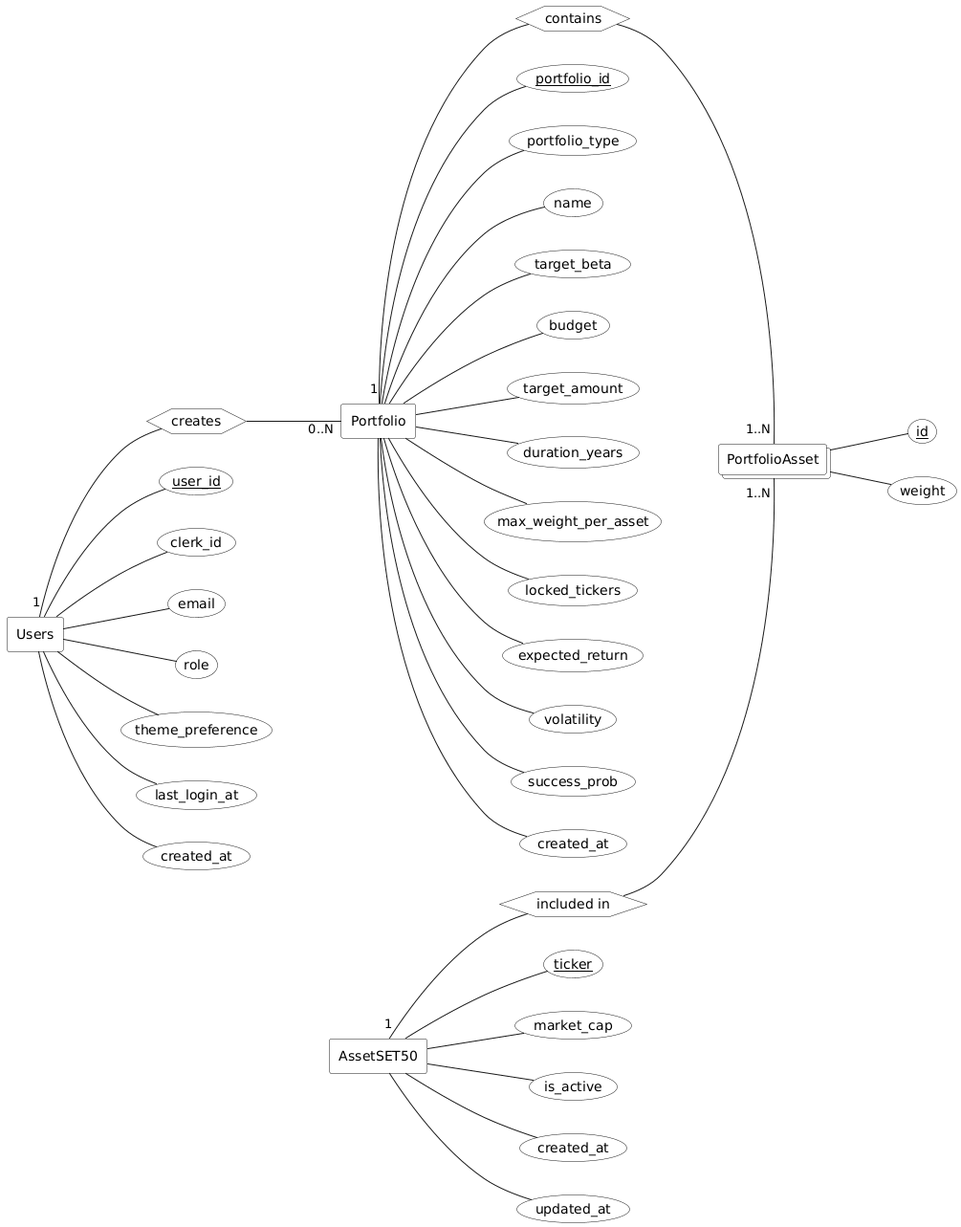
This is docs/diagrams/er/chen_compatible.png from Anatta-at/my-portfolio-app, a PlantUML export, as it was before one commit. The source it was exported from:
```plantuml
@startuml
skinparam monochrome true
skinparam shadowing false
skinparam packageStyle rectangle

left to right direction

<style>
hexagon {
    BackgroundColor white
    .Identifying {
        LineThickness 2
    }
}
rectangle {
    BackgroundColor white
    .Weak {
        LineThickness 2
    }
}
collections {
    BackgroundColor white
}
usecase {
    BackgroundColor white
}
</style>

rectangle "Users" as Users
rectangle "Portfolio" as Portfolio
rectangle "AssetSET50" as AssetSET50
collections "PortfolioAsset" as PortfolioAsset

hexagon "creates" as creates
hexagon "contains" as contains
hexagon "included in" as included_in

usecase "<u>user_id</u>" as user_id
usecase "clerk_id" as clerk_id
usecase "email" as email
usecase "role" as role
usecase "theme_preference" as theme_preference
usecase "last_login_at" as last_login_at
usecase "created_at" as created_at

Users -- user_id
Users -- clerk_id
Users -- email
Users -- role
Users -- theme_preference
Users -- last_login_at
Users -- created_at

usecase "<u>portfolio_id</u>" as portfolio_id
usecase "portfolio_type" as portfolio_type
usecase "name" as name
usecase "target_beta" as target_beta
usecase "budget" as budget
usecase "target_amount" as target_amount
usecase "duration_years" as duration_years
usecase "max_weight_per_asset" as max_weight
usecase "locked_tickers" as locked_tickers
usecase "expected_return" as expected_return
usecase "volatility" as volatility
usecase "success_prob" as success_prob
usecase "created_at" as p_created_at

Portfolio -- portfolio_id
Portfolio -- portfolio_type
Portfolio -- name
Portfolio -- target_beta
Portfolio -- budget
Portfolio -- target_amount
Portfolio -- duration_years
Portfolio -- max_weight
Portfolio -- locked_tickers
Portfolio -- expected_return
Portfolio -- volatility
Portfolio -- success_prob
Portfolio -- p_created_at

usecase "<u>ticker</u>" as ticker
usecase "market_cap" as market_cap
usecase "is_active" as is_active
usecase "created_at" as a_created_at
usecase "updated_at" as a_updated_at

AssetSET50 -- ticker
AssetSET50 -- market_cap
AssetSET50 -- is_active
AssetSET50 -- a_created_at
AssetSET50 -- a_updated_at

usecase "<u>id</u>" as pa_id
usecase "weight" as weight

PortfolioAsset -- pa_id
PortfolioAsset -- weight

Users "1" -- creates
creates -- "0..N" Portfolio

Portfolio "1" -- contains
contains -- "1..N" PortfolioAsset

AssetSET50 "1" -- included_in
included_in -- "1..N" PortfolioAsset

@enduml
```
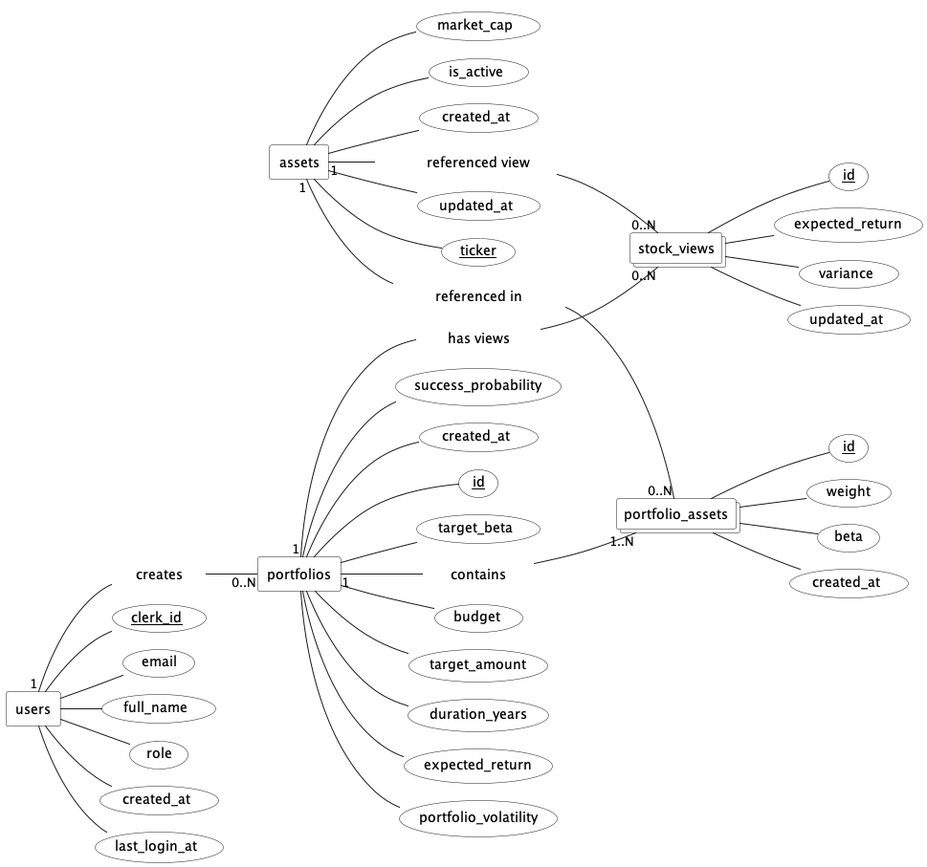
The same file after the commit.

Commit message:
docs: Update Class Diagram and ER Diagrams (Crow's Foot, Chen's Notation) to match latest Data Dictionary

What changed in the source:
```diff
@@ -1,4 +1,5 @@
 @startuml
+!pragma layout smetana
 skinparam monochrome true
 skinparam shadowing false
 skinparam packageStyle rectangle
@@ -26,76 +27,83 @@
 }
 </style>
 
-rectangle "Users" as Users
-rectangle "Portfolio" as Portfolio
-rectangle "AssetSET50" as AssetSET50
-collections "PortfolioAsset" as PortfolioAsset
+rectangle "users" as Users
+rectangle "portfolios" as Portfolio
+rectangle "assets" as Assets
+collections "portfolio_assets" as PortfolioAsset
+collections "stock_views" as StockViews
 
 hexagon "creates" as creates
 hexagon "contains" as contains
-hexagon "included in" as included_in
+hexagon "has views" as has_views
+hexagon "referenced in" as ref_asset
+hexagon "referenced view" as ref_view
 
-usecase "<u>user_id</u>" as user_id
-usecase "clerk_id" as clerk_id
-usecase "email" as email
-usecase "role" as role
-usecase "theme_preference" as theme_preference
-usecase "last_login_at" as last_login_at
-usecase "created_at" as created_at
+usecase "<u>clerk_id</u>" as u_clerk_id
+usecase "email" as u_email
+usecase "full_name" as u_full_name
+usecase "role" as u_role
+usecase "created_at" as u_created_at
+usecase "last_login_at" as u_last_login_at
 
-Users -- user_id
-Users -- clerk_id
-Users -- email
-Users -- role
-Users -- theme_preference
-Users -- last_login_at
-Users -- created_at
+Users -- u_clerk_id
+Users -- u_email
+Users -- u_full_name
+Users -- u_role
+Users -- u_created_at
+Users -- u_last_login_at
 
-usecase "<u>portfolio_id</u>" as portfolio_id
-usecase "portfolio_type" as portfolio_type
-usecase "name" as name
-usecase "target_beta" as target_beta
-usecase "budget" as budget
-usecase "target_amount" as target_amount
-usecase "duration_years" as duration_years
-usecase "max_weight_per_asset" as max_weight
-usecase "locked_tickers" as locked_tickers
-usecase "expected_return" as expected_return
-usecase "volatility" as volatility
-usecase "success_prob" as success_prob
+usecase "<u>id</u>" as p_id
+usecase "target_beta" as p_target_beta
+usecase "budget" as p_budget
+usecase "target_amount" as p_target_amount
+usecase "duration_years" as p_duration_years
+usecase "expected_return" as p_expected_return
+usecase "portfolio_volatility" as p_volatility
+usecase "success_probability" as p_success_prob
 usecase "created_at" as p_created_at
 
-Portfolio -- portfolio_id
-Portfolio -- portfolio_type
-Portfolio -- name
-Portfolio -- target_beta
-Portfolio -- budget
-Portfolio -- target_amount
-Portfolio -- duration_years
-Portfolio -- max_weight
-Portfolio -- locked_tickers
-Portfolio -- expected_return
-Portfolio -- volatility
-Portfolio -- success_prob
+Portfolio -- p_id
+Portfolio -- p_target_beta
+Portfolio -- p_budget
+Portfolio -- p_target_amount
+Portfolio -- p_duration_years
+Portfolio -- p_expected_return
+Portfolio -- p_volatility
+Portfolio -- p_success_prob
 Portfolio -- p_created_at
 
-usecase "<u>ticker</u>" as ticker
-usecase "market_cap" as market_cap
-usecase "is_active" as is_active
+usecase "<u>ticker</u>" as a_ticker
+usecase "market_cap" as a_market_cap
+usecase "is_active" as a_is_active
 usecase "created_at" as a_created_at
 usecase "updated_at" as a_updated_at
 
-AssetSET50 -- ticker
-AssetSET50 -- market_cap
-AssetSET50 -- is_active
-AssetSET50 -- a_created_at
-AssetSET50 -- a_updated_at
+Assets -- a_ticker
+Assets -- a_market_cap
+Assets -- a_is_active
+Assets -- a_created_at
+Assets -- a_updated_at
 
 usecase "<u>id</u>" as pa_id
-usecase "weight" as weight
+usecase "weight" as pa_weight
+usecase "beta" as pa_beta
+usecase "created_at" as pa_created_at
 
 PortfolioAsset -- pa_id
-PortfolioAsset -- weight
+PortfolioAsset -- pa_weight
+PortfolioAsset -- pa_beta
+PortfolioAsset -- pa_created_at
+
+usecase "<u>id</u>" as sv_id
+usecase "expected_return" as sv_exp_return
+usecase "variance" as sv_variance
+usecase "updated_at" as sv_updated_at
+
+StockViews -- sv_id
+StockViews -- sv_exp_return
+StockViews -- sv_variance
+StockViews -- sv_updated_at
 
 Users "1" -- creates
 creates -- "0..N" Portfolio
@@ -103,7 +111,13 @@
 Portfolio "1" -- contains
 contains -- "1..N" PortfolioAsset
 
-AssetSET50 "1" -- included_in
-included_in -- "1..N" PortfolioAsset
+Portfolio "1" -- has_views
+has_views -- "0..N" StockViews
+
+Assets "1" -- ref_asset
+ref_asset -- "0..N" PortfolioAsset
+
+Assets "1" -- ref_view
+ref_view -- "0..N" StockViews
 
 @enduml
```
